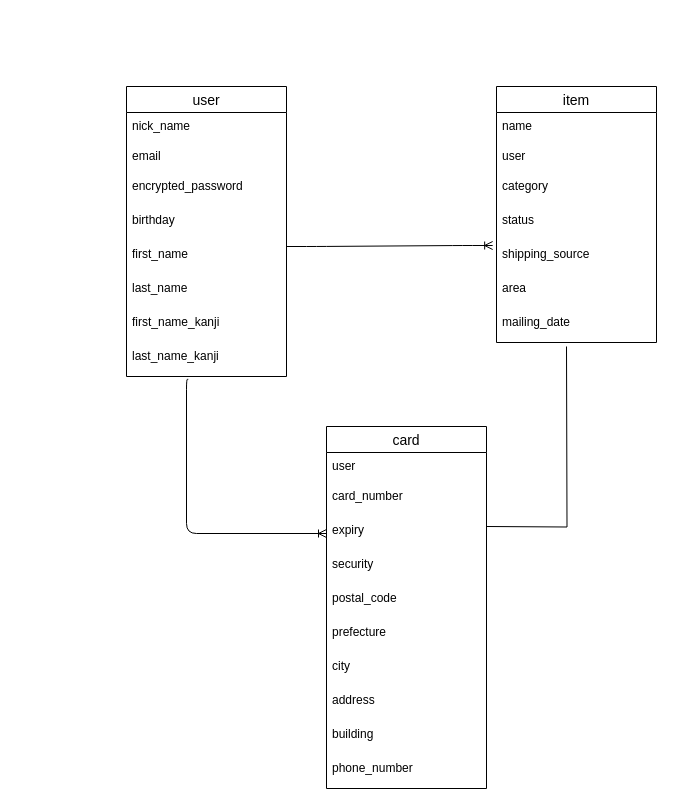
Above: furima.dio in osushizuki/furima-36044 (draw.io), before the change. Source tidied: cells renumbered, new cells numbered last; positions are measured from the earlier drawing's top-left corner, leaving out a move shared by most shapes. Both pictures are drawn from the tidied source at 100%, with x=0, y=0 at pixel (126, 86).
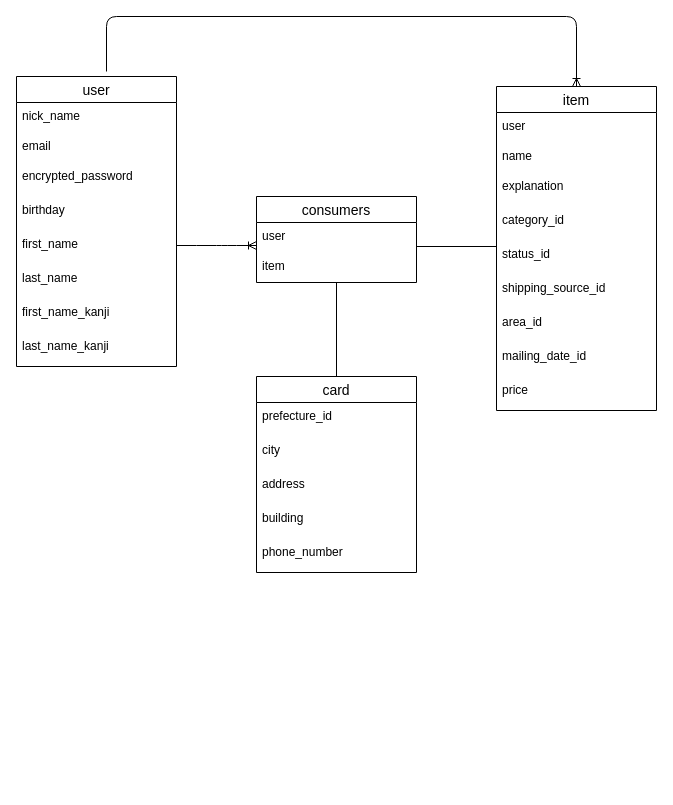
The same diagram, later.

Commit message (it also covers changes not shown here):
データベース設計修正１

Unchanged cells that the change refers to:
```xml
<mxCell id="10" value="last_name_kanji" style="text;strokeColor=none;fillColor=none;spacingLeft=4;spacingRight=4;overflow=hidden;points=[[0,0.5],[1,0.5]];portConstraint=eastwest;fontSize=12;" parent="2" vertex="1">
  <mxGeometry y="256" width="160" height="34" as="geometry" />
</mxCell>
```

What changed in the source:
```diff
@@
     <mxCell id="2" value="user" style="swimlane;fontStyle=0;horizontal=1;startSize=26;align=center;fontSize=14;" parent="1" vertex="1">
-      <mxGeometry width="160" height="290" as="geometry" />
+      <mxGeometry x="-110" y="-10" width="160" height="290" as="geometry" />
     </mxCell>
@@
     <mxCell id="11" value="item" style="swimlane;fontStyle=0;horizontal=1;startSize=26;align=center;fontSize=14;" parent="1" vertex="1">
-      <mxGeometry x="370" width="160" height="256" as="geometry" />
+      <mxGeometry x="370" width="160" height="324" as="geometry" />
     </mxCell>
+    <mxCell id="13" value="user" style="text;strokeColor=none;fillColor=none;spacingLeft=4;spacingRight=4;overflow=hidden;fontSize=12;" parent="11" vertex="1">
+      <mxGeometry y="26" width="160" height="30" as="geometry" />
+    </mxCell>
     <mxCell id="12" value="name&#10;" style="text;strokeColor=none;fillColor=none;spacingLeft=4;spacingRight=4;overflow=hidden;fontSize=12;" parent="11" vertex="1">
-      <mxGeometry y="26" width="160" height="30" as="geometry" />
+      <mxGeometry y="56" width="160" height="30" as="geometry" />
     </mxCell>
-    <mxCell id="13" value="user" style="text;strokeColor=none;fillColor=none;spacingLeft=4;spacingRight=4;overflow=hidden;fontSize=12;" parent="11" vertex="1">
-      <mxGeometry y="56" width="160" height="30" as="geometry" />
-    </mxCell>
+    <mxCell id="33" value="explanation" style="text;strokeColor=none;fillColor=none;spacingLeft=4;spacingRight=4;overflow=hidden;fontSize=12;" parent="11" vertex="1">
+      <mxGeometry y="86" width="160" height="34" as="geometry" />
+    </mxCell>
-    <mxCell id="14" value="category" style="text;strokeColor=none;fillColor=none;spacingLeft=4;spacingRight=4;overflow=hidden;fontSize=12;" parent="11" vertex="1">
-      <mxGeometry y="86" width="160" height="34" as="geometry" />
+    <mxCell id="14" value="category_id" style="text;strokeColor=none;fillColor=none;spacingLeft=4;spacingRight=4;overflow=hidden;fontSize=12;" parent="11" vertex="1">
+      <mxGeometry y="120" width="160" height="34" as="geometry" />
     </mxCell>
-    <mxCell id="15" value="status" style="text;strokeColor=none;fillColor=none;spacingLeft=4;spacingRight=4;overflow=hidden;fontSize=12;" parent="11" vertex="1">
-      <mxGeometry y="120" width="160" height="34" as="geometry" />
+    <mxCell id="15" value="status_id" style="text;strokeColor=none;fillColor=none;spacingLeft=4;spacingRight=4;overflow=hidden;fontSize=12;" parent="11" vertex="1">
+      <mxGeometry y="154" width="160" height="34" as="geometry" />
     </mxCell>
-    <mxCell id="16" value="shipping_source" style="text;strokeColor=none;fillColor=none;spacingLeft=4;spacingRight=4;overflow=hidden;points=[[0,0.5],[1,0.5]];portConstraint=eastwest;fontSize=12;" parent="11" vertex="1">
-      <mxGeometry y="154" width="160" height="34" as="geometry" />
+    <mxCell id="16" value="shipping_source_id" style="text;strokeColor=none;fillColor=none;spacingLeft=4;spacingRight=4;overflow=hidden;points=[[0,0.5],[1,0.5]];portConstraint=eastwest;fontSize=12;" parent="11" vertex="1">
+      <mxGeometry y="188" width="160" height="34" as="geometry" />
     </mxCell>
-    <mxCell id="17" value="area" style="text;strokeColor=none;fillColor=none;spacingLeft=4;spacingRight=4;overflow=hidden;fontSize=12;" parent="11" vertex="1">
-      <mxGeometry y="188" width="160" height="34" as="geometry" />
+    <mxCell id="17" value="area_id" style="text;strokeColor=none;fillColor=none;spacingLeft=4;spacingRight=4;overflow=hidden;fontSize=12;" parent="11" vertex="1">
+      <mxGeometry y="222" width="160" height="34" as="geometry" />
     </mxCell>
-    <mxCell id="18" value="mailing_date" style="text;strokeColor=none;fillColor=none;spacingLeft=4;spacingRight=4;overflow=hidden;fontSize=12;" parent="11" vertex="1">
-      <mxGeometry y="222" width="160" height="34" as="geometry" />
+    <mxCell id="18" value="mailing_date_id" style="text;strokeColor=none;fillColor=none;spacingLeft=4;spacingRight=4;overflow=hidden;fontSize=12;" parent="11" vertex="1">
+      <mxGeometry y="256" width="160" height="34" as="geometry" />
     </mxCell>
+    <mxCell id="34" value="price" style="text;strokeColor=none;fillColor=none;spacingLeft=4;spacingRight=4;overflow=hidden;fontSize=12;" parent="11" vertex="1">
+      <mxGeometry y="290" width="160" height="34" as="geometry" />
+    </mxCell>
     <mxCell id="19" value="card" style="swimlane;fontStyle=0;horizontal=1;startSize=26;align=center;fontSize=14;" parent="1" vertex="1">
-      <mxGeometry x="200" y="340" width="160" height="362" as="geometry" />
+      <mxGeometry x="130" y="290" width="160" height="196" as="geometry" />
     </mxCell>
-    <mxCell id="20" value="user" style="text;strokeColor=none;fillColor=none;spacingLeft=4;spacingRight=4;overflow=hidden;fontSize=12;" parent="19" vertex="1">
-      <mxGeometry y="26" width="160" height="30" as="geometry" />
-    </mxCell>
-    <mxCell id="21" value="card_number" style="text;strokeColor=none;fillColor=none;spacingLeft=4;spacingRight=4;overflow=hidden;fontSize=12;" parent="19" vertex="1">
-      <mxGeometry y="56" width="160" height="34" as="geometry" />
-    </mxCell>
-    <mxCell id="22" value="expiry" style="text;strokeColor=none;fillColor=none;spacingLeft=4;spacingRight=4;overflow=hidden;points=[[0,0.5],[1,0.5]];portConstraint=eastwest;fontSize=12;" parent="19" vertex="1">
-      <mxGeometry y="90" width="160" height="34" as="geometry" />
-    </mxCell>
-    <mxCell id="23" value="security" style="text;strokeColor=none;fillColor=none;spacingLeft=4;spacingRight=4;overflow=hidden;fontSize=12;" parent="19" vertex="1">
-      <mxGeometry y="124" width="160" height="34" as="geometry" />
-    </mxCell>
-    <mxCell id="24" value="postal_code" style="text;strokeColor=none;fillColor=none;spacingLeft=4;spacingRight=4;overflow=hidden;fontSize=12;" parent="19" vertex="1">
-      <mxGeometry y="158" width="160" height="34" as="geometry" />
-    </mxCell>
-    <mxCell id="25" value="prefecture" style="text;strokeColor=none;fillColor=none;spacingLeft=4;spacingRight=4;overflow=hidden;fontSize=12;" parent="19" vertex="1">
-      <mxGeometry y="192" width="160" height="34" as="geometry" />
+    <mxCell id="25" value="prefecture_id" style="text;strokeColor=none;fillColor=none;spacingLeft=4;spacingRight=4;overflow=hidden;fontSize=12;" parent="19" vertex="1">
+      <mxGeometry y="26" width="160" height="34" as="geometry" />
     </mxCell>
     <mxCell id="26" value="city" style="text;strokeColor=none;fillColor=none;spacingLeft=4;spacingRight=4;overflow=hidden;fontSize=12;" parent="19" vertex="1">
-      <mxGeometry y="226" width="160" height="34" as="geometry" />
+      <mxGeometry y="60" width="160" height="34" as="geometry" />
     </mxCell>
     <mxCell id="27" value="address" style="text;strokeColor=none;fillColor=none;spacingLeft=4;spacingRight=4;overflow=hidden;fontSize=12;" parent="19" vertex="1">
-      <mxGeometry y="260" width="160" height="34" as="geometry" />
+      <mxGeometry y="94" width="160" height="34" as="geometry" />
     </mxCell>
     <mxCell id="28" value="building" style="text;strokeColor=none;fillColor=none;spacingLeft=4;spacingRight=4;overflow=hidden;fontSize=12;" parent="19" vertex="1">
-      <mxGeometry y="294" width="160" height="34" as="geometry" />
+      <mxGeometry y="128" width="160" height="34" as="geometry" />
     </mxCell>
     <mxCell id="29" value="phone_number" style="text;strokeColor=none;fillColor=none;spacingLeft=4;spacingRight=4;overflow=hidden;fontSize=12;" parent="19" vertex="1">
-      <mxGeometry y="328" width="160" height="34" as="geometry" />
+      <mxGeometry y="162" width="160" height="34" as="geometry" />
     </mxCell>
-    <mxCell id="30" style="edgeStyle=entityRelationEdgeStyle;fontSize=12;html=1;endArrow=ERoneToMany;entryX=-0.024;entryY=0.147;entryDx=0;entryDy=0;entryPerimeter=0;" parent="1" edge="1" target="16">
+    <mxCell id="30" style="edgeStyle=entityRelationEdgeStyle;fontSize=12;html=1;endArrow=ERoneToMany;" parent="1" edge="1">
       <mxGeometry relative="1" as="geometry">
-        <mxPoint x="160" y="160" as="sourcePoint" />
+        <mxPoint x="50" y="159" as="sourcePoint" />
+        <mxPoint x="130" y="159" as="targetPoint" />
       </mxGeometry>
     </mxCell>
-    <mxCell id="31" style="edgeStyle=orthogonalEdgeStyle;fontSize=12;html=1;endArrow=ERoneToMany;entryX=0;entryY=0.5;entryDx=0;entryDy=0;exitX=0.386;exitY=1.082;exitDx=0;exitDy=0;exitPerimeter=0;" parent="1" edge="1" source="10" target="22">
-      <mxGeometry relative="1" as="geometry">
-        <Array as="points">
-          <mxPoint x="60" y="293" />
-          <mxPoint x="60" y="447" />
-        </Array>
-      </mxGeometry>
-    </mxCell>
-    <mxCell id="32" style="endArrow=none;html=1;rounded=0;edgeStyle=orthogonalEdgeStyle;" parent="1" edge="1">
-      <mxGeometry relative="1" as="geometry">
-        <mxPoint x="360" y="440" as="sourcePoint" />
-        <mxPoint x="440" y="260" as="targetPoint" />
-      </mxGeometry>
-    </mxCell>
+    <mxCell id="35" value="consumers" style="swimlane;fontStyle=0;horizontal=1;startSize=26;align=center;fontSize=14;" parent="1" vertex="1">
+      <mxGeometry x="130" y="110" width="160" height="86" as="geometry" />
+    </mxCell>
+    <mxCell id="20" value="user" style="text;strokeColor=none;fillColor=none;spacingLeft=4;spacingRight=4;overflow=hidden;fontSize=12;" parent="35" vertex="1">
+      <mxGeometry y="26" width="160" height="30" as="geometry" />
+    </mxCell>
+    <mxCell id="36" value="item" style="text;strokeColor=none;fillColor=none;spacingLeft=4;spacingRight=4;overflow=hidden;points=[[0,0.5],[1,0.5]];portConstraint=eastwest;fontSize=12;" parent="35" vertex="1">
+      <mxGeometry y="56" width="160" height="30" as="geometry" />
+    </mxCell>
+    <mxCell id="37" style="endArrow=none;html=1;rounded=0;" parent="1" edge="1">
+      <mxGeometry relative="1" as="geometry">
+        <mxPoint x="290" y="160" as="sourcePoint" />
+        <mxPoint x="370" y="160" as="targetPoint" />
+      </mxGeometry>
+    </mxCell>
+    <mxCell id="38" style="endArrow=none;html=1;rounded=0;entryX=0.5;entryY=0;entryDx=0;entryDy=0;" parent="1" edge="1" source="36" target="19">
+      <mxGeometry relative="1" as="geometry" />
+    </mxCell>
+    <mxCell id="39" style="fontSize=12;html=1;endArrow=ERoneToMany;edgeStyle=orthogonalEdgeStyle;entryX=0.5;entryY=0;entryDx=0;entryDy=0;elbow=vertical;" parent="1" edge="1" target="11">
+      <mxGeometry relative="1" as="geometry">
+        <mxPoint x="-20" y="-15" as="sourcePoint" />
+        <Array as="points">
+          <mxPoint x="-20" y="-70" />
+          <mxPoint x="450" y="-70" />
+        </Array>
+      </mxGeometry>
+    </mxCell>
```
